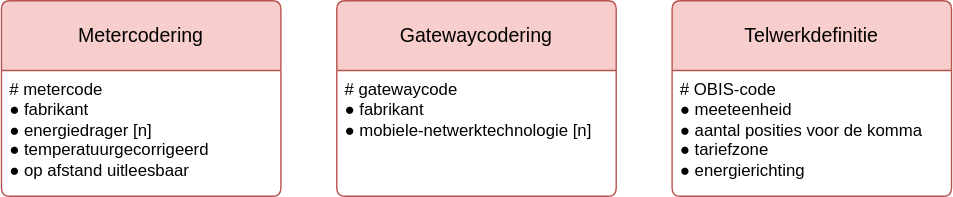
Before: modellen/registers/meetcomponentstandaardenregister/1.0.0/model.drawio.svg, a diagram exported from draw.io (sefanja/nbnl-conceptuele-informatiemodellen). Source tidied: cells renumbered, new cells last; positions are measured from the earlier drawing's top-left corner, leaving out a move shared by most shapes.
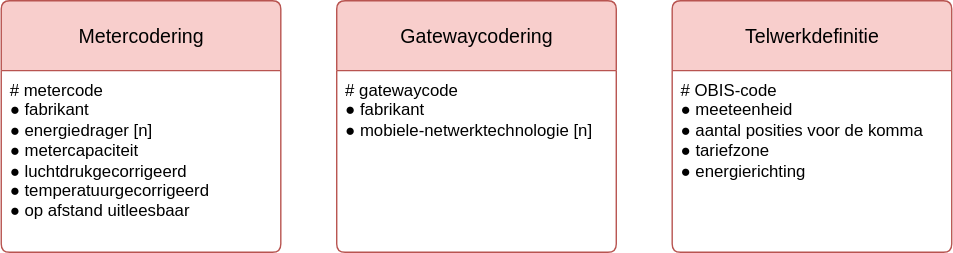
Later version of the same file.

Change to the diagram source:
```diff
@@ -3,22 +3,22 @@
     <mxCell id="0" />
     <mxCell id="1" parent="0" />
     <mxCell id="2" value="&lt;div&gt;Metercodering&lt;/div&gt;" style="swimlane;horizontal=1;startSize=50;rounded=1;fontSize=14;fontStyle=0;strokeWidth=1;shadow=0;dashed=0;align=center;fillColor=#f8cecc;strokeColor=#b85450;arcSize=4;whiteSpace=wrap;html=1;" parent="1" vertex="1">
-      <mxGeometry width="200" height="140" as="geometry" />
+      <mxGeometry width="200" height="180" as="geometry" />
     </mxCell>
-    <mxCell id="3" value="# metercode&lt;div&gt;&lt;div&gt;&lt;span style=&quot;background-color: transparent; color: light-dark(rgb(0, 0, 0), rgb(255, 255, 255));&quot;&gt;● fabrikant&lt;/span&gt;&lt;/div&gt;&lt;div&gt;● energiedrager [n]&lt;/div&gt;&lt;div&gt;● temperatuurgecorrigeerd&lt;/div&gt;&lt;div&gt;● op afstand uitleesbaar&lt;/div&gt;&lt;/div&gt;" style="align=left;strokeColor=none;fillColor=none;spacingLeft=4;fontSize=12;verticalAlign=top;fontStyle=0;html=1;" parent="2" vertex="1">
-      <mxGeometry y="50" width="200" height="90" as="geometry" />
+    <mxCell id="3" value="# metercode&lt;div&gt;&lt;div&gt;&lt;span style=&quot;background-color: transparent; color: light-dark(rgb(0, 0, 0), rgb(255, 255, 255));&quot;&gt;● fabrikant&lt;/span&gt;&lt;/div&gt;&lt;div&gt;● energiedrager [n]&lt;/div&gt;&lt;div&gt;● metercapaciteit&lt;/div&gt;&lt;div&gt;● luchtdrukgecorrigeerd&lt;/div&gt;&lt;div&gt;&lt;div&gt;● temperatuurgecorrigeerd&lt;/div&gt;&lt;/div&gt;&lt;div&gt;● op afstand uitleesbaar&lt;/div&gt;&lt;/div&gt;" style="align=left;strokeColor=none;fillColor=none;spacingLeft=4;fontSize=12;verticalAlign=top;fontStyle=0;html=1;" parent="2" vertex="1">
+      <mxGeometry y="50" width="200" height="130" as="geometry" />
     </mxCell>
     <mxCell id="4" value="&lt;div&gt;Gatewaycodering&lt;/div&gt;" style="swimlane;horizontal=1;startSize=50;rounded=1;fontSize=14;fontStyle=0;strokeWidth=1;shadow=0;dashed=0;align=center;fillColor=#f8cecc;strokeColor=#b85450;arcSize=4;whiteSpace=wrap;html=1;" parent="1" vertex="1">
-      <mxGeometry x="240" width="200" height="140" as="geometry" />
+      <mxGeometry x="240" width="200" height="180" as="geometry" />
     </mxCell>
     <mxCell id="5" value="&lt;div&gt;# gatewaycode&lt;/div&gt;&lt;div&gt;● fabrikant&lt;/div&gt;&lt;div&gt;● mobiele-netwerktechnologie [n]&lt;/div&gt;" style="align=left;strokeColor=none;fillColor=none;spacingLeft=4;fontSize=12;verticalAlign=top;fontStyle=0;html=1;" parent="4" vertex="1">
-      <mxGeometry y="50" width="200" height="90" as="geometry" />
+      <mxGeometry y="50" width="200" height="130" as="geometry" />
     </mxCell>
     <mxCell id="6" value="Telwerkdefinitie" style="swimlane;horizontal=1;startSize=50;rounded=1;fontSize=14;fontStyle=0;strokeWidth=1;shadow=0;dashed=0;align=center;fillColor=#f8cecc;strokeColor=#b85450;arcSize=4;whiteSpace=wrap;html=1;gradientDirection=west;" parent="1" vertex="1">
-      <mxGeometry x="480" width="200" height="140" as="geometry" />
+      <mxGeometry x="480" width="200" height="180" as="geometry" />
     </mxCell>
     <mxCell id="7" value="# OBIS-code&lt;br&gt;● meeteenheid&lt;br&gt;●&amp;nbsp;aantal posities voor de&amp;nbsp;&lt;span style=&quot;background-color: initial;&quot;&gt;komma&lt;/span&gt;&lt;div&gt;&lt;span style=&quot;background-color: initial;&quot;&gt;●&amp;nbsp;&lt;/span&gt;&lt;span style=&quot;background-color: initial;&quot;&gt;tariefzone&lt;/span&gt;&lt;div&gt;●&amp;nbsp;energierichting&lt;br&gt;&lt;/div&gt;&lt;/div&gt;" style="align=left;strokeColor=none;fillColor=none;spacingLeft=4;fontSize=12;verticalAlign=top;html=1;" parent="6" vertex="1">
-      <mxGeometry y="50" width="200" height="90" as="geometry" />
+      <mxGeometry y="50" width="200" height="130" as="geometry" />
     </mxCell>
   </root>
 </mxGraphModel>
```
